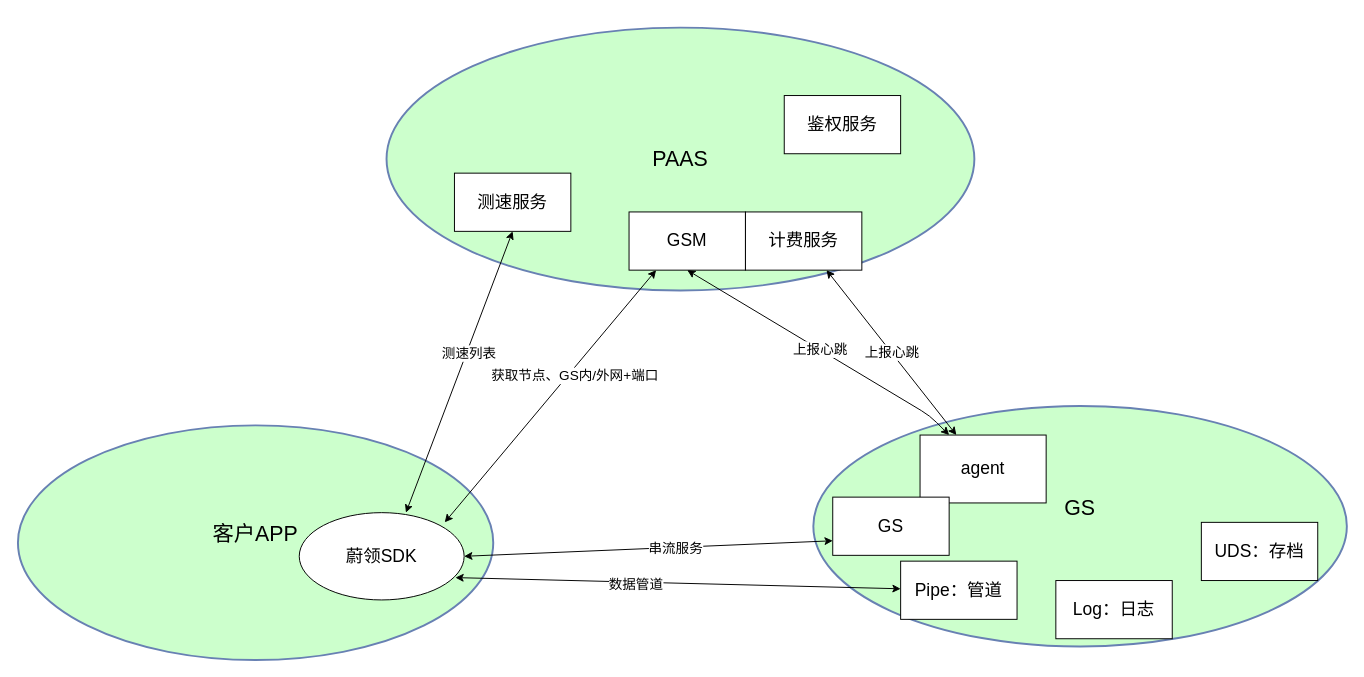
The draw.io diagram 云游戏-js-sdk.drawio in zhulinghao/drawio_warehouse, before the edit. Source tidied: cells renumbered, new cells numbered last; positions are measured from the earlier drawing's top-left corner, leaving out a move shared by most shapes. Both pictures are drawn from the tidied source at 97%, with x=0, y=0 at pixel (17, 27).
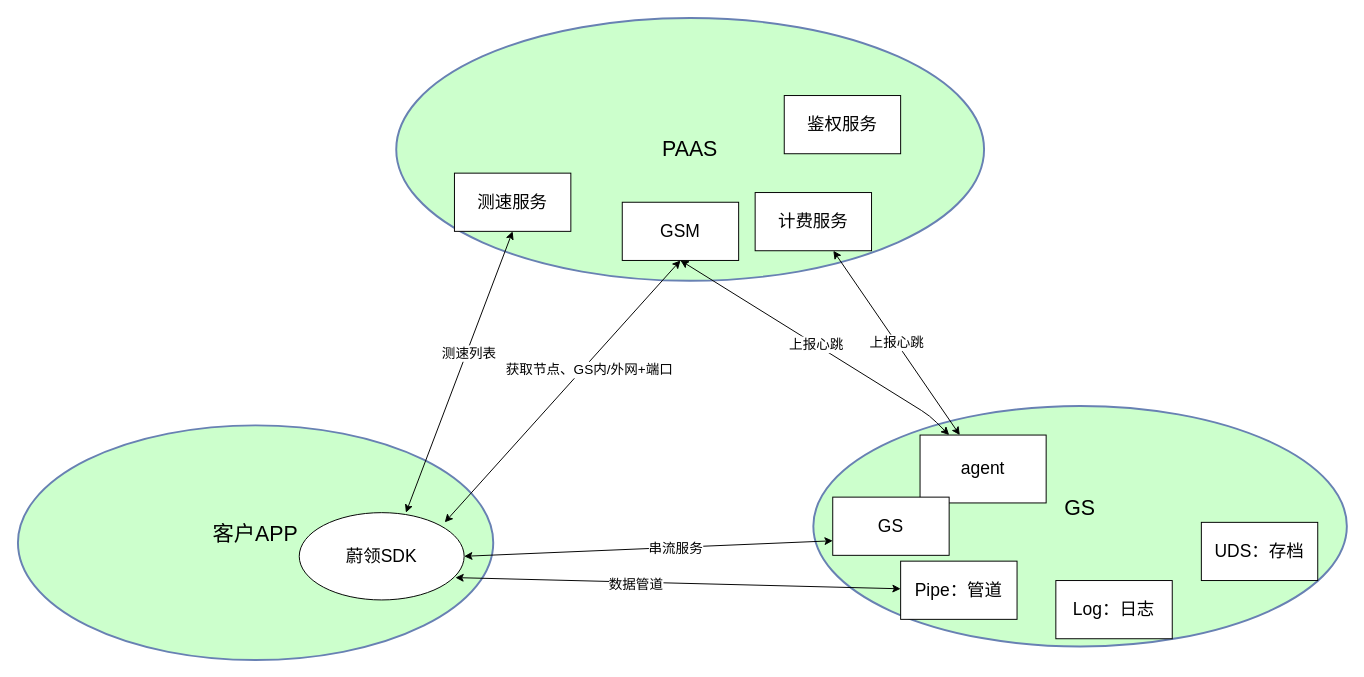
Above is the later version.

What changed in the source:
```diff
@@
     <mxCell id="4" value="PAAS" style="ellipse;whiteSpace=wrap;html=1;rounded=1;shadow=0;comic=0;labelBackgroundColor=none;strokeColor=#6881B3;strokeWidth=2;fillColor=#CCFFCC;fontFamily=Helvetica;fontSize=22;fontColor=#000000;verticalAlign=middle;gradientColor=none;gradientDirection=north;" parent="1" vertex="1">
-      <mxGeometry x="380" width="606" height="271" as="geometry" />
+      <mxGeometry x="390" y="-10" width="606" height="271" as="geometry" />
     </mxCell>
     <mxCell id="5" value="&lt;font style=&quot;font-size: 18px&quot;&gt;GSM&lt;/font&gt;" style="rounded=0;whiteSpace=wrap;html=1;" parent="1" vertex="1">
-      <mxGeometry x="630" y="190" width="120" height="60" as="geometry" />
+      <mxGeometry x="623" y="180" width="120" height="60" as="geometry" />
     </mxCell>
@@
-    <mxCell id="15" style="endArrow=classic;startArrow=classic;html=1;" parent="1" edge="1">
+    <mxCell id="15" style="endArrow=classic;startArrow=classic;html=1;entryX=0.5;entryY=1;entryDx=0;entryDy=0;" parent="1" edge="1" target="5">
       <mxGeometry relative="1" as="geometry">
         <mxPoint x="440" y="510" as="sourcePoint" />
-        <mxPoint x="657.9" y="250" as="targetPoint" />
       </mxGeometry>
     </mxCell>
@@
     <mxCell id="23" value="&lt;font style=&quot;font-size: 18px&quot;&gt;计费服务&lt;/font&gt;" style="rounded=0;whiteSpace=wrap;html=1;" parent="1" vertex="1">
-      <mxGeometry x="750" y="190" width="120" height="60" as="geometry" />
+      <mxGeometry x="760" y="170" width="120" height="60" as="geometry" />
     </mxCell>
```
